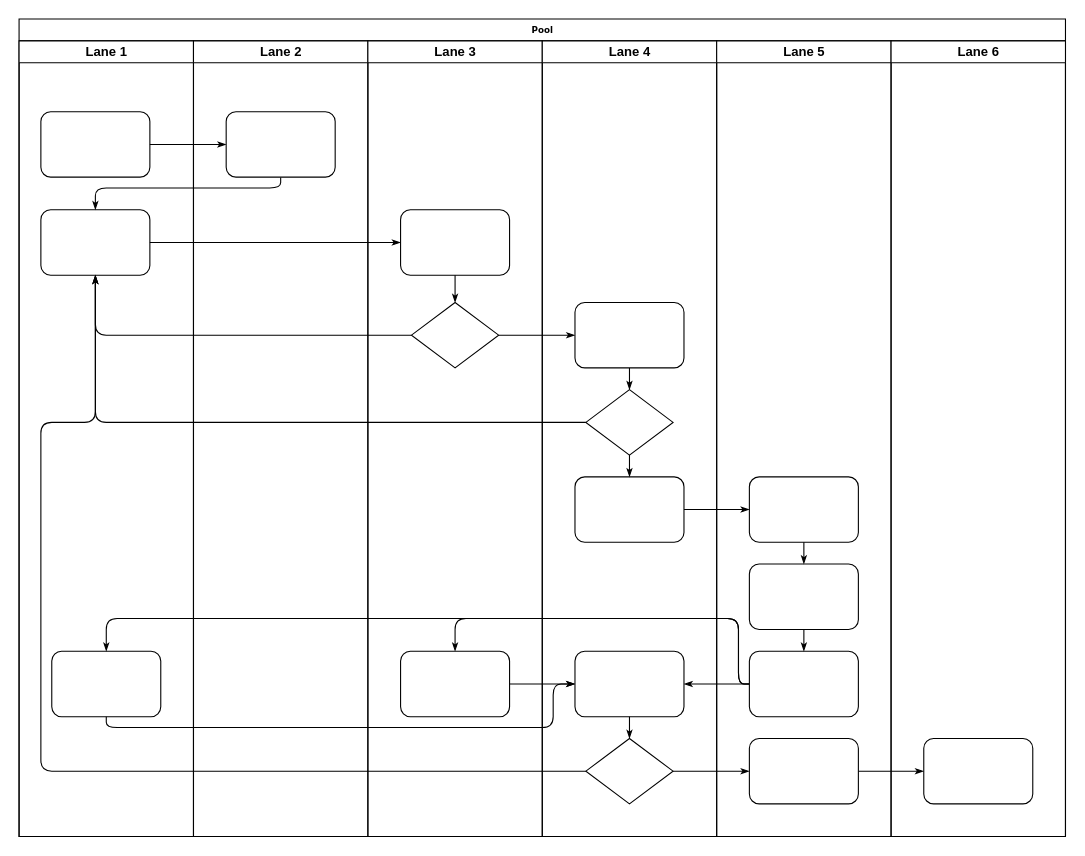
Before: Untitled Diagram.drawio in chliang916/ceshi, a draw.io diagram. Source tidied: cells renumbered, new cells numbered last; positions are measured from the earlier drawing's top-left corner, leaving out a move shared by most shapes. Both pictures are drawn from the tidied source at 109%, with x=0, y=0 at pixel (19, 19).
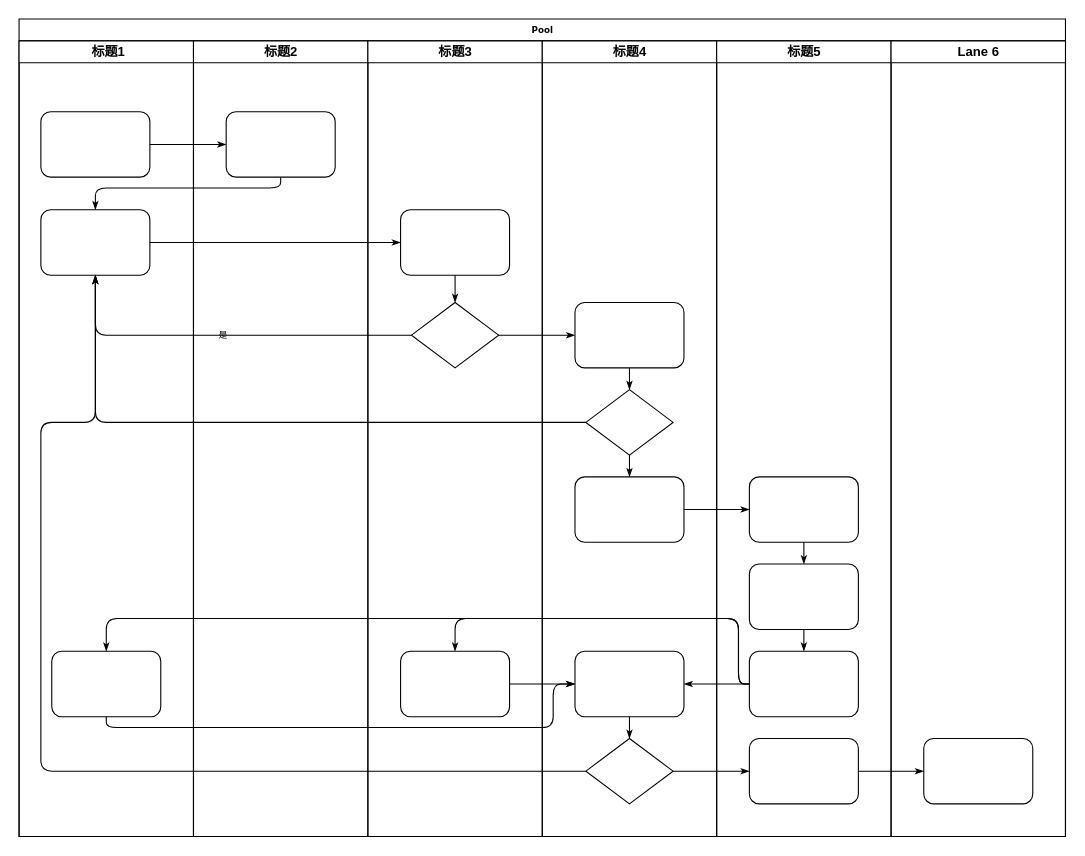
After the change.

Commit message:
我的流程测试

Unchanged cells that the change refers to:
```xml
<mxCell id="2" value="Pool" style="swimlane;html=1;startSize=20;rounded=0;shadow=0;labelBackgroundColor=none;strokeWidth=1;fontFamily=Verdana;fontSize=8;align=center;" parent="1" vertex="1">
  <mxGeometry width="960" height="750" as="geometry" />
</mxCell>
<mxCell id="5" style="rounded=1;whiteSpace=wrap;html=1;shadow=0;labelBackgroundColor=none;strokeWidth=1;fontFamily=Verdana;fontSize=8;align=center;" parent="3" vertex="1">
  <mxGeometry x="20" y="155" width="100" height="60" as="geometry" />
</mxCell>
<mxCell id="26" style="rhombus;whiteSpace=wrap;html=1;rounded=0;shadow=0;labelBackgroundColor=none;strokeWidth=1;fontFamily=Verdana;fontSize=8;align=center;" parent="24" vertex="1">
  <mxGeometry x="40" y="240" width="80" height="60" as="geometry" />
</mxCell>
```

What changed in the source:
```diff
@@
-    <mxCell id="3" value="Lane 1" style="swimlane;html=1;startSize=20;" parent="2" vertex="1">
+    <mxCell id="3" value="&amp;nbsp;标题1" style="swimlane;html=1;startSize=20;" parent="2" vertex="1">
       <mxGeometry y="20" width="160" height="730" as="geometry" />
     </mxCell>
@@
-    <mxCell id="10" style="edgeStyle=orthogonalEdgeStyle;rounded=1;html=1;labelBackgroundColor=none;startArrow=none;startFill=0;startSize=5;endArrow=classicThin;endFill=1;endSize=5;jettySize=auto;strokeWidth=1;fontFamily=Verdana;fontSize=8;" parent="2" edge="1" source="26" target="5">
+    <mxCell id="10" value="是" style="edgeStyle=orthogonalEdgeStyle;rounded=1;html=1;labelBackgroundColor=none;startArrow=none;startFill=0;startSize=5;endArrow=classicThin;endFill=1;endSize=5;jettySize=auto;strokeWidth=1;fontFamily=Verdana;fontSize=8;" parent="2" edge="1" source="26" target="5">
       <mxGeometry relative="1" as="geometry" />
     </mxCell>
@@
-    <mxCell id="22" value="Lane 2" style="swimlane;html=1;startSize=20;" parent="2" vertex="1">
+    <mxCell id="22" value="标题2" style="swimlane;html=1;startSize=20;" parent="2" vertex="1">
       <mxGeometry x="160" y="20" width="160" height="730" as="geometry" />
     </mxCell>
@@
-    <mxCell id="24" value="Lane 3" style="swimlane;html=1;startSize=20;" parent="2" vertex="1">
+    <mxCell id="24" value="标题3" style="swimlane;html=1;startSize=20;" parent="2" vertex="1">
       <mxGeometry x="320" y="20" width="160" height="730" as="geometry" />
     </mxCell>
@@
-    <mxCell id="29" value="Lane 4" style="swimlane;html=1;startSize=20;" parent="2" vertex="1">
+    <mxCell id="29" value="标题4" style="swimlane;html=1;startSize=20;" parent="2" vertex="1">
       <mxGeometry x="480" y="20" width="160" height="730" as="geometry" />
     </mxCell>
@@
-    <mxCell id="38" value="Lane 5" style="swimlane;html=1;startSize=20;" parent="2" vertex="1">
+    <mxCell id="38" value="标题5" style="swimlane;html=1;startSize=20;" parent="2" vertex="1">
       <mxGeometry x="640" y="20" width="160" height="730" as="geometry" />
     </mxCell>
```
